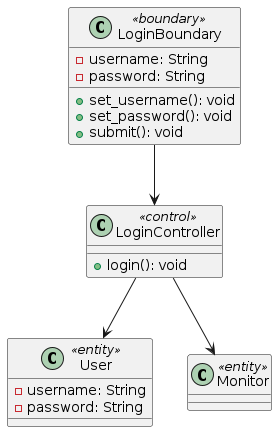
Above: docs/UML/Class Diagrams/sign-in.png in LapTQ/MCT (PlantUML), before the change. Its diagram source:
```plantuml
@startuml

class LoginBoundary <<boundary>> {
    - username: String
    - password: String

    + set_username(): void
    + set_password(): void
    + submit(): void
}

class LoginController <<control>> {

    + login(): void
}

class User <<entity>> {
    - username: String
    - password: String
}

class Monitor <<entity>>

LoginBoundary --> LoginController
LoginController --> User
LoginController --> Monitor

@enduml
```
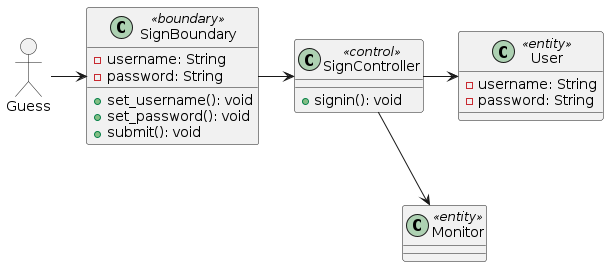
Later version of the same file.

What changed in the source:
```diff
@@ -1,6 +1,10 @@
 @startuml
 
-class LoginBoundary <<boundary>> {
+allowmixing
+
+actor Guess
+
+class SignBoundary <<boundary>> {
     - username: String
     - password: String
 
@@ -9,9 +13,9 @@
     + submit(): void
 }
 
-class LoginController <<control>> {
+class SignController <<control>> {
 
-    + login(): void
+    + signin(): void
 }
 
 class User <<entity>> {
@@ -21,8 +25,10 @@
 
 class Monitor <<entity>>
 
-LoginBoundary --> LoginController
-LoginController --> User
-LoginController --> Monitor
+Guess -> SignBoundary
+SignBoundary -right-> SignController
+SignController -right-> User
+SignController -right-> Monitor
+User -[hidden]d- Monitor
 
 @enduml
```
